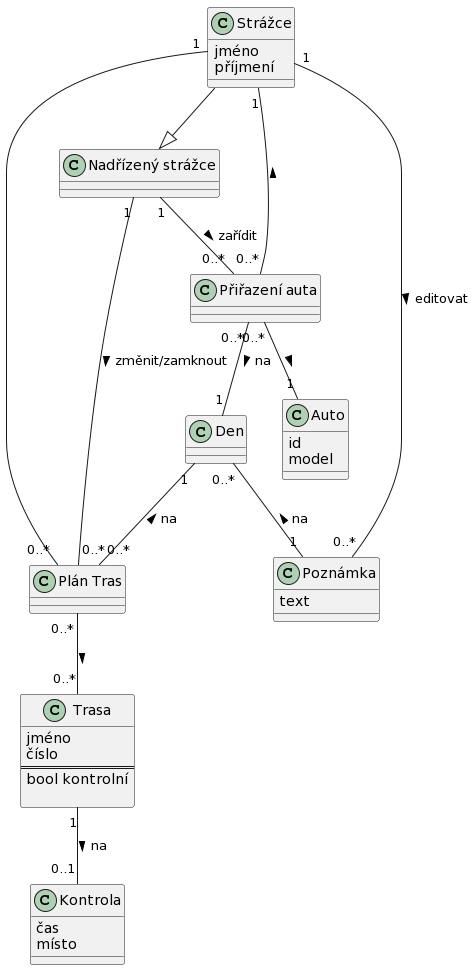
korandom/NP-strazci keeps this PlantUML diagram as prilohy/domenovy_model.png. Above is the earlier version. The source it was exported from:
```plantuml
@startuml
class "Nadřízený strážce"

class Strážce {
  jméno
  příjmení
}



class "Plán Tras"
class Poznámka {
  text
}

class Trasa{
  jméno
  číslo
  ====
  bool kontrolní

}

class Kontrola{
  čas
  místo
}
class "Přiřazení auta"

class Auto {
  id
  model
}
class Den

"Nadřízený strážce" <|-U-  Strážce


"Nadřízený strážce" "1" -- "0..*"  "Přiřazení auta" : > zařídit
"Nadřízený strážce" "1" -- "0..*"  "Plán Tras" : > změnit/zamknout

Den "0..*" -- "1"  Poznámka  : < na
Den "1" -- "0..*"  "Plán Tras" : < na

"Plán Tras" "0..*" -- "0..*" Trasa : >
"Přiřazení auta" "0..*" -- "1"  Den : > na
"Přiřazení auta" "0..*" -- "1"  Auto : >
"Přiřazení auta" "0..*" -- "1"  Strážce : >
Trasa "1" -- "0..1" Kontrola : > na

Strážce "1" -- "0..*"  Poznámka : > editovat
Strážce "1" -- "0..*"  "Plán Tras"
@enduml
```
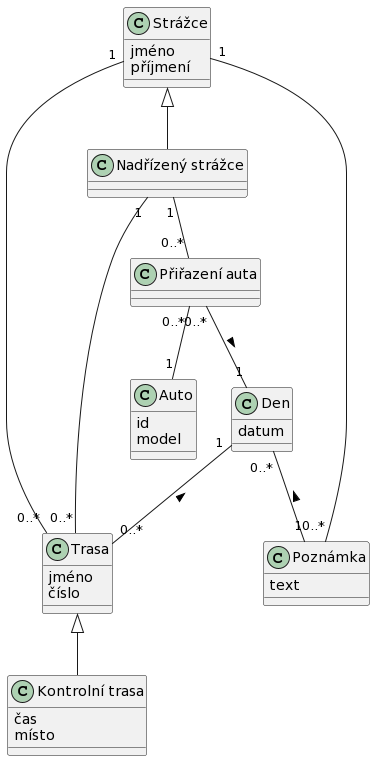
Later version of the same file.

Commit message:
Oprava doménového modelu

What changed in the source:
```diff
@@ -7,47 +7,44 @@
 }
 
 
-
-class "Plán Tras"
-class Poznámka {
-  text
-}
-
 class Trasa{
   jméno
   číslo
-  ====
-  bool kontrolní
-
 }
 
-class Kontrola{
+class "Kontrolní trasa"{
   čas
   místo
 }
+
 class "Přiřazení auta"
+
+class Den  {
+  datum
+}
 
 class Auto {
   id
   model
 }
-class Den
 
-"Nadřízený strážce" <|-U-  Strážce
+class Poznámka {
+  text
+}
+
+Strážce <|--  "Nadřízený strážce"
+Trasa <|-- "Kontrolní trasa"
+
+"Nadřízený strážce" "1" -- "0..*"  "Přiřazení auta"
+"Nadřízený strážce" "1" -- "0..*"  Trasa
+
+Den "0..*" -- "1"  Poznámka  : <
+Den "1" -- "0..*"  Trasa : <
+
+"Přiřazení auta" "0..*" -- "1"  Den : >
+"Přiřazení auta" "0..*" -- "1"  Auto
 
 
-"Nadřízený strážce" "1" -- "0..*"  "Přiřazení auta" : > zařídit
-"Nadřízený strážce" "1" -- "0..*"  "Plán Tras" : > změnit/zamknout
-
-Den "0..*" -- "1"  Poznámka  : < na
-Den "1" -- "0..*"  "Plán Tras" : < na
-
-"Plán Tras" "0..*" -- "0..*" Trasa : >
-"Přiřazení auta" "0..*" -- "1"  Den : > na
-"Přiřazení auta" "0..*" -- "1"  Auto : >
-"Přiřazení auta" "0..*" -- "1"  Strážce : >
-Trasa "1" -- "0..1" Kontrola : > na
-
-Strážce "1" -- "0..*"  Poznámka : > editovat
-Strážce "1" -- "0..*"  "Plán Tras"
+Strážce "1" -- "0..*"  Poznámka
+Strážce "1" -- "0..*"  "Trasa"
 @enduml
```
